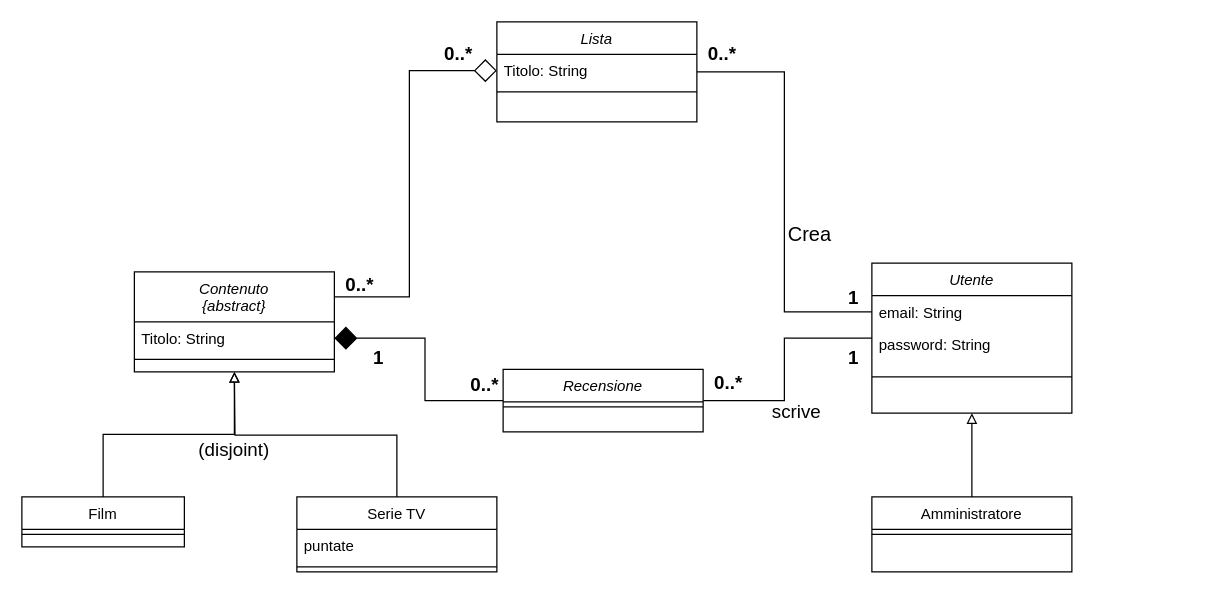
Above: Documenti/diagrammi/object model.drawio in IlSelva/ProgettoIS (draw.io), before the change. Source tidied: cells renumbered, new cells numbered last; positions are measured from the earlier drawing's top-left corner, leaving out a move shared by most shapes. Both pictures are drawn from the tidied source at 125%, with x=0, y=0 at pixel (21, 21).
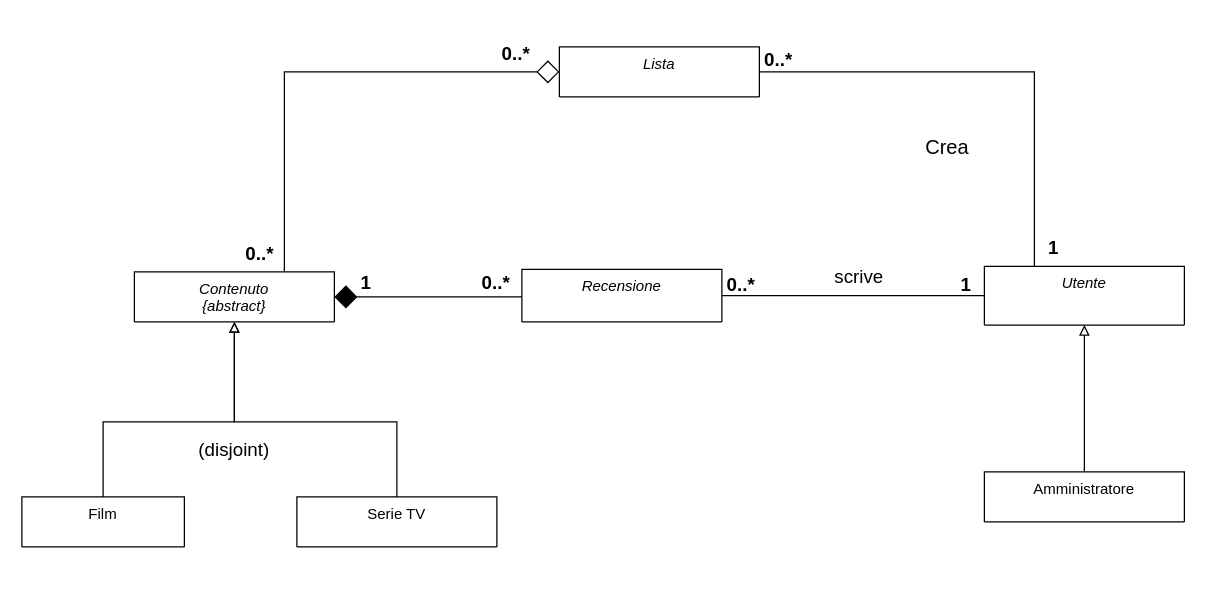
The same diagram, later.

Commit message (it also covers changes not shown here):
object model aggiunta attributi

The edit, as a diff of the source:
```diff
@@
-    <mxCell id="2" style="edgeStyle=orthogonalEdgeStyle;rounded=0;jettySize=auto;html=1;exitX=1;exitY=0.5;exitDx=0;exitDy=0;entryX=0;entryY=0.5;entryDx=0;entryDy=0;fontSize=15;startArrow=none;startFill=0;endArrow=none;endFill=0;endSize=16;" parent="1" edge="1" source="3" target="21">
+    <mxCell id="2" style="edgeStyle=orthogonalEdgeStyle;rounded=0;jettySize=auto;html=1;exitX=1;exitY=0.5;exitDx=0;exitDy=0;entryX=0.25;entryY=0;entryDx=0;entryDy=0;fontSize=15;startArrow=none;startFill=0;endArrow=none;endFill=0;endSize=16;" parent="1" edge="1" source="3" target="20">
       <mxGeometry relative="1" as="geometry" />
     </mxCell>
-    <mxCell id="3" value="Lista" style="swimlane;fontStyle=2;align=center;verticalAlign=top;horizontal=1;startSize=26;rounded=0;shadow=0;strokeWidth=1;" parent="1" vertex="1">
-      <mxGeometry x="380" width="160" height="80" as="geometry" />
+    <mxCell id="3" value="Lista" style="swimlane;fontStyle=2;align=center;verticalAlign=top;horizontal=1;startSize=40;rounded=0;shadow=0;strokeWidth=1;" parent="1" vertex="1">
+      <mxGeometry x="430" y="20" width="160" height="40" as="geometry" />
     </mxCell>
-    <mxCell id="4" value="Titolo: String" style="text;align=left;verticalAlign=top;spacingLeft=4;spacingRight=4;overflow=hidden;points=[[0,0.5],[1,0.5]];portConstraint=eastwest;rounded=0;shadow=0;html=0;" parent="3" vertex="1">
-      <mxGeometry y="26" width="160" height="26" as="geometry" />
-    </mxCell>
-    <mxCell id="5" style="line;html=1;strokeWidth=1;align=left;verticalAlign=middle;spacingTop=-1;spacingLeft=3;spacingRight=3;labelPosition=right;" parent="3" vertex="1">
-      <mxGeometry y="52" width="160" height="8" as="geometry" />
-    </mxCell>
-    <mxCell id="6" style="edgeStyle=orthogonalEdgeStyle;rounded=0;jettySize=auto;html=1;exitX=0.5;exitY=0;exitDx=0;exitDy=0;fontSize=15;startArrow=none;startFill=0;endArrow=block;endFill=0;" parent="1" edge="1" source="7">
+    <mxCell id="6" style="edgeStyle=orthogonalEdgeStyle;rounded=0;jettySize=auto;html=1;exitX=0.5;exitY=0;exitDx=0;exitDy=0;fontSize=15;startArrow=none;startFill=0;endArrow=block;endFill=0;entryX=0.5;entryY=1;entryDx=0;entryDy=0;" parent="1" edge="1" source="7" target="11">
       <mxGeometry relative="1" as="geometry">
-        <mxPoint x="170" y="280" as="targetPoint" />
+        <Array as="points">
+          <mxPoint x="300" y="320" />
+          <mxPoint x="170" y="320" />
+        </Array>
       </mxGeometry>
     </mxCell>
-    <mxCell id="7" value="Serie TV" style="swimlane;fontStyle=0;align=center;verticalAlign=top;horizontal=1;startSize=26;rounded=0;shadow=0;strokeWidth=1;" parent="1" vertex="1">
-      <mxGeometry x="220" y="380" width="160" height="60" as="geometry" />
+    <mxCell id="7" value="Serie TV" style="swimlane;fontStyle=0;align=center;verticalAlign=top;horizontal=1;startSize=40;rounded=0;shadow=0;strokeWidth=1;" parent="1" vertex="1">
+      <mxGeometry x="220" y="380" width="160" height="40" as="geometry" />
     </mxCell>
-    <mxCell id="8" value="puntate" style="text;align=left;verticalAlign=top;spacingLeft=4;spacingRight=4;overflow=hidden;" parent="7" vertex="1">
-      <mxGeometry y="26" width="160" height="26" as="geometry" />
-    </mxCell>
-    <mxCell id="9" style="line;html=1;strokeWidth=1;align=left;verticalAlign=middle;spacingTop=-1;spacingLeft=3;spacingRight=3;labelPosition=right;" parent="7" vertex="1">
-      <mxGeometry y="52" width="160" height="8" as="geometry" />
-    </mxCell>
-    <mxCell id="10" style="edgeStyle=orthogonalEdgeStyle;rounded=0;jettySize=auto;html=1;exitX=1;exitY=0.25;exitDx=0;exitDy=0;entryX=0;entryY=0.5;entryDx=0;entryDy=0;fontSize=15;startArrow=none;startFill=0;endArrow=diamond;endFill=0;endSize=16;" parent="1" edge="1" source="11" target="4">
-      <mxGeometry relative="1" as="geometry" />
+    <mxCell id="10" style="edgeStyle=orthogonalEdgeStyle;rounded=0;jettySize=auto;html=1;exitX=0.75;exitY=0;exitDx=0;exitDy=0;fontSize=15;startArrow=none;startFill=0;endArrow=diamond;endFill=0;endSize=16;entryX=0;entryY=0.5;entryDx=0;entryDy=0;" parent="1" edge="1" source="11" target="3">
+      <mxGeometry relative="1" as="geometry">
+        <Array as="points">
+          <mxPoint x="210" y="40" />
+        </Array>
+      </mxGeometry>
     </mxCell>
     <mxCell id="11" value="Contenuto&#10;{abstract}&#10;" style="swimlane;fontStyle=2;align=center;verticalAlign=top;horizontal=1;startSize=40;rounded=0;shadow=0;strokeWidth=1;" parent="1" vertex="1">
-      <mxGeometry x="90" y="200" width="160" height="80" as="geometry" />
+      <mxGeometry x="90" y="200" width="160" height="40" as="geometry" />
     </mxCell>
-    <mxCell id="12" value="Titolo: String" style="text;align=left;verticalAlign=top;spacingLeft=4;spacingRight=4;overflow=hidden;points=[[0,0.5],[1,0.5]];portConstraint=eastwest;rounded=0;shadow=0;html=0;" parent="11" vertex="1">
-      <mxGeometry y="40" width="160" height="26" as="geometry" />
-    </mxCell>
-    <mxCell id="13" style="line;html=1;strokeWidth=1;align=left;verticalAlign=middle;spacingTop=-1;spacingLeft=3;spacingRight=3;labelPosition=right;" parent="11" vertex="1">
-      <mxGeometry y="66" width="160" height="8" as="geometry" />
-    </mxCell>
     <mxCell id="14" style="edgeStyle=orthogonalEdgeStyle;rounded=0;jettySize=auto;html=1;exitX=0.5;exitY=0;exitDx=0;exitDy=0;entryX=0.5;entryY=1;entryDx=0;entryDy=0;fontSize=15;startArrow=none;startFill=0;endArrow=block;endFill=0;" parent="1" edge="1" source="15" target="11">
-      <mxGeometry relative="1" as="geometry" />
+      <mxGeometry relative="1" as="geometry">
+        <Array as="points">
+          <mxPoint x="65" y="320" />
+          <mxPoint x="170" y="320" />
+        </Array>
+      </mxGeometry>
     </mxCell>
-    <mxCell id="15" value="Film" style="swimlane;fontStyle=0;align=center;verticalAlign=top;horizontal=1;startSize=26;rounded=0;shadow=0;strokeWidth=1;" parent="1" vertex="1">
+    <mxCell id="15" value="Film" style="swimlane;fontStyle=0;align=center;verticalAlign=top;horizontal=1;startSize=40;rounded=0;shadow=0;strokeWidth=1;" parent="1" vertex="1">
       <mxGeometry y="380" width="130" height="40" as="geometry" />
     </mxCell>
-    <mxCell id="16" style="line;html=1;strokeWidth=1;align=left;verticalAlign=middle;spacingTop=-1;spacingLeft=3;spacingRight=3;labelPosition=right;" parent="15" vertex="1">
-      <mxGeometry y="26" width="130" height="8" as="geometry" />
-    </mxCell>
@@
-    <mxCell id="18" value="Amministratore" style="swimlane;fontStyle=0;align=center;verticalAlign=top;horizontal=1;startSize=26;rounded=0;shadow=0;strokeWidth=1;" parent="1" vertex="1">
-      <mxGeometry x="680" y="380" width="160" height="60" as="geometry" />
+    <mxCell id="18" value="Amministratore" style="swimlane;fontStyle=0;align=center;verticalAlign=top;horizontal=1;startSize=40;rounded=0;shadow=0;strokeWidth=1;" parent="1" vertex="1">
+      <mxGeometry x="770" y="360" width="160" height="40" as="geometry" />
     </mxCell>
-    <mxCell id="19" style="line;html=1;strokeWidth=1;align=left;verticalAlign=middle;spacingTop=-1;spacingLeft=3;spacingRight=3;labelPosition=right;" parent="18" vertex="1">
-      <mxGeometry y="26" width="160" height="8" as="geometry" />
-    </mxCell>
-    <mxCell id="20" value="Utente" style="swimlane;fontStyle=2;align=center;verticalAlign=top;horizontal=1;startSize=26;rounded=0;shadow=0;strokeWidth=1;" parent="1" vertex="1">
-      <mxGeometry x="680" y="193" width="160" height="120" as="geometry" />
+    <mxCell id="20" value="Utente" style="swimlane;fontStyle=2;align=center;verticalAlign=top;horizontal=1;startSize=47;rounded=0;shadow=0;strokeWidth=1;" parent="1" vertex="1">
+      <mxGeometry x="770" y="195.5" width="160" height="47" as="geometry" />
     </mxCell>
-    <mxCell id="21" value="email: String&#10;" style="text;align=left;verticalAlign=top;spacingLeft=4;spacingRight=4;overflow=hidden;points=[[0,0.5],[1,0.5]];portConstraint=eastwest;rounded=0;shadow=0;html=0;" parent="20" vertex="1">
-      <mxGeometry y="26" width="160" height="26" as="geometry" />
-    </mxCell>
-    <mxCell id="22" value="password: String" style="text;align=left;verticalAlign=top;spacingLeft=4;spacingRight=4;overflow=hidden;rounded=0;shadow=0;html=0;" parent="20" vertex="1">
-      <mxGeometry y="52" width="160" height="26" as="geometry" />
-    </mxCell>
-    <mxCell id="23" style="line;html=1;strokeWidth=1;align=left;verticalAlign=middle;spacingTop=-1;spacingLeft=3;spacingRight=3;labelPosition=right;" parent="20" vertex="1">
-      <mxGeometry y="78" width="160" height="26" as="geometry" />
-    </mxCell>
-    <mxCell id="24" style="edgeStyle=orthogonalEdgeStyle;rounded=0;jettySize=auto;html=1;exitX=0;exitY=0.5;exitDx=0;exitDy=0;entryX=1;entryY=0.5;entryDx=0;entryDy=0;fontSize=15;startArrow=none;startFill=0;endArrow=diamond;endFill=1;endSize=16;" parent="1" edge="1" source="26" target="12">
-      <mxGeometry relative="1" as="geometry" />
+    <mxCell id="24" style="edgeStyle=orthogonalEdgeStyle;rounded=0;jettySize=auto;html=1;exitX=0;exitY=0.5;exitDx=0;exitDy=0;entryX=1;entryY=0.5;entryDx=0;entryDy=0;fontSize=15;startArrow=none;startFill=0;endArrow=diamond;endFill=1;endSize=16;" parent="1" edge="1" source="26" target="11">
+      <mxGeometry relative="1" as="geometry">
+        <Array as="points">
+          <mxPoint x="400" y="220" />
+        </Array>
+      </mxGeometry>
     </mxCell>
-    <mxCell id="25" style="edgeStyle=orthogonalEdgeStyle;rounded=0;jettySize=auto;html=1;exitX=1;exitY=0.5;exitDx=0;exitDy=0;fontSize=15;startArrow=none;startFill=0;endArrow=none;endFill=0;endSize=16;" parent="1" edge="1" source="26" target="20">
-      <mxGeometry relative="1" as="geometry">
-        <Array as="points">
-          <mxPoint x="610" y="303" />
-          <mxPoint x="610" y="253" />
-        </Array>
-      </mxGeometry>
+    <mxCell id="25" style="edgeStyle=orthogonalEdgeStyle;rounded=0;jettySize=auto;html=1;entryX=0;entryY=0.5;entryDx=0;entryDy=0;endArrow=none;endFill=0;" parent="1" edge="1" source="26" target="20">
+      <mxGeometry relative="1" as="geometry" />
     </mxCell>
-    <mxCell id="26" value="Recensione" style="swimlane;fontStyle=2;align=center;verticalAlign=top;horizontal=1;startSize=26;rounded=0;shadow=0;strokeWidth=1;" parent="1" vertex="1">
-      <mxGeometry x="385" y="278" width="160" height="50" as="geometry" />
+    <mxCell id="26" value="Recensione" style="swimlane;fontStyle=2;align=center;verticalAlign=top;horizontal=1;startSize=42;rounded=0;shadow=0;strokeWidth=1;" parent="1" vertex="1">
+      <mxGeometry x="400" y="198" width="160" height="42" as="geometry" />
     </mxCell>
-    <mxCell id="27" style="line;html=1;strokeWidth=1;align=left;verticalAlign=middle;spacingTop=-1;spacingLeft=3;spacingRight=3;labelPosition=right;" parent="26" vertex="1">
-      <mxGeometry y="26" width="160" height="8" as="geometry" />
-    </mxCell>
     <mxCell id="28" value="1" style="text;strokeColor=none;fillColor=none;html=1;fontSize=15;fontStyle=1;verticalAlign=middle;align=center;" parent="1" vertex="1">
-      <mxGeometry x="650" y="210" width="30" height="20" as="geometry" />
+      <mxGeometry x="810" y="169.5" width="30" height="20" as="geometry" />
     </mxCell>
     <mxCell id="29" value="0..*" style="text;strokeColor=none;fillColor=none;html=1;fontSize=15;fontStyle=1;verticalAlign=middle;align=center;" parent="1" vertex="1">
-      <mxGeometry x="550" y="278" width="30" height="20" as="geometry" />
+      <mxGeometry x="560" y="200" width="30" height="20" as="geometry" />
     </mxCell>
     <mxCell id="30" value="0..*" style="text;strokeColor=none;fillColor=none;html=1;fontSize=15;fontStyle=1;verticalAlign=middle;align=center;" parent="1" vertex="1">
-      <mxGeometry x="545" y="15" width="30" height="20" as="geometry" />
+      <mxGeometry x="590" y="20" width="30" height="20" as="geometry" />
     </mxCell>
     <mxCell id="31" value="1" style="text;strokeColor=none;fillColor=none;html=1;fontSize=15;fontStyle=1;verticalAlign=middle;align=center;" parent="1" vertex="1">
-      <mxGeometry x="650" y="258" width="30" height="20" as="geometry" />
+      <mxGeometry x="740" y="200" width="30" height="20" as="geometry" />
     </mxCell>
     <mxCell id="32" value="0..*" style="text;strokeColor=none;fillColor=none;html=1;fontSize=15;fontStyle=1;verticalAlign=middle;align=center;" parent="1" vertex="1">
-      <mxGeometry x="355" y="280" width="30" height="20" as="geometry" />
+      <mxGeometry x="364" y="198" width="30" height="20" as="geometry" />
     </mxCell>
     <mxCell id="33" value="1" style="text;strokeColor=none;fillColor=none;html=1;fontSize=15;fontStyle=1;verticalAlign=middle;align=center;" parent="1" vertex="1">
-      <mxGeometry x="270" y="258" width="30" height="20" as="geometry" />
+      <mxGeometry x="260" y="198" width="30" height="20" as="geometry" />
     </mxCell>
     <mxCell id="34" value="0..*" style="text;strokeColor=none;fillColor=none;html=1;fontSize=15;fontStyle=1;verticalAlign=middle;align=center;" parent="1" vertex="1">
-      <mxGeometry x="334" y="10" width="30" height="30" as="geometry" />
+      <mxGeometry x="380" y="10" width="30" height="30" as="geometry" />
     </mxCell>
     <mxCell id="35" value="0..*" style="text;strokeColor=none;fillColor=none;html=1;fontSize=15;fontStyle=1;verticalAlign=middle;align=center;" parent="1" vertex="1">
-      <mxGeometry x="250" y="190" width="40" height="40" as="geometry" />
+      <mxGeometry x="170" y="165" width="40" height="40" as="geometry" />
     </mxCell>
     <mxCell id="36" value="scrive" style="text;align=center;fontStyle=0;verticalAlign=middle;spacingLeft=3;spacingRight=3;strokeColor=none;fontSize=15;" parent="1" vertex="1">
-      <mxGeometry x="580" y="298" width="80" height="26" as="geometry" />
+      <mxGeometry x="630" y="189.5" width="80" height="26" as="geometry" />
     </mxCell>
     <mxCell id="37" value="Crea" style="text;strokeColor=none;fillColor=none;html=1;fontSize=16;fontStyle=0;verticalAlign=middle;align=center;rotation=0;" parent="1" vertex="1">
-      <mxGeometry x="600" y="160" width="60" height="20" as="geometry" />
+      <mxGeometry x="710" y="90" width="60" height="20" as="geometry" />
     </mxCell>
```
